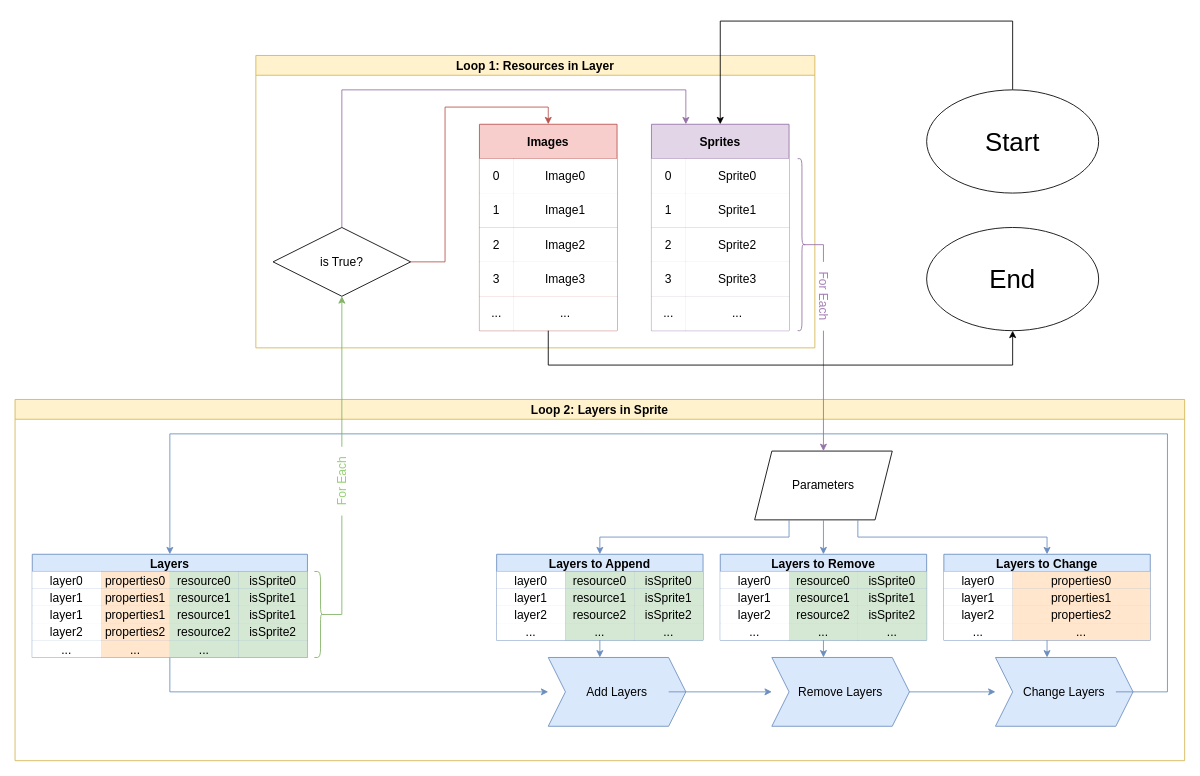
Earlier version of the draw.io diagram ResourceLoading.drawio (TheInfinityUser/PvZ2-Decoding). Source tidied: cells renumbered, new cells numbered last; positions are measured from the earlier drawing's top-left corner, leaving out a move shared by most shapes. Both pictures are drawn from the tidied source at 86%, with x=0, y=0 at pixel (15, 21).
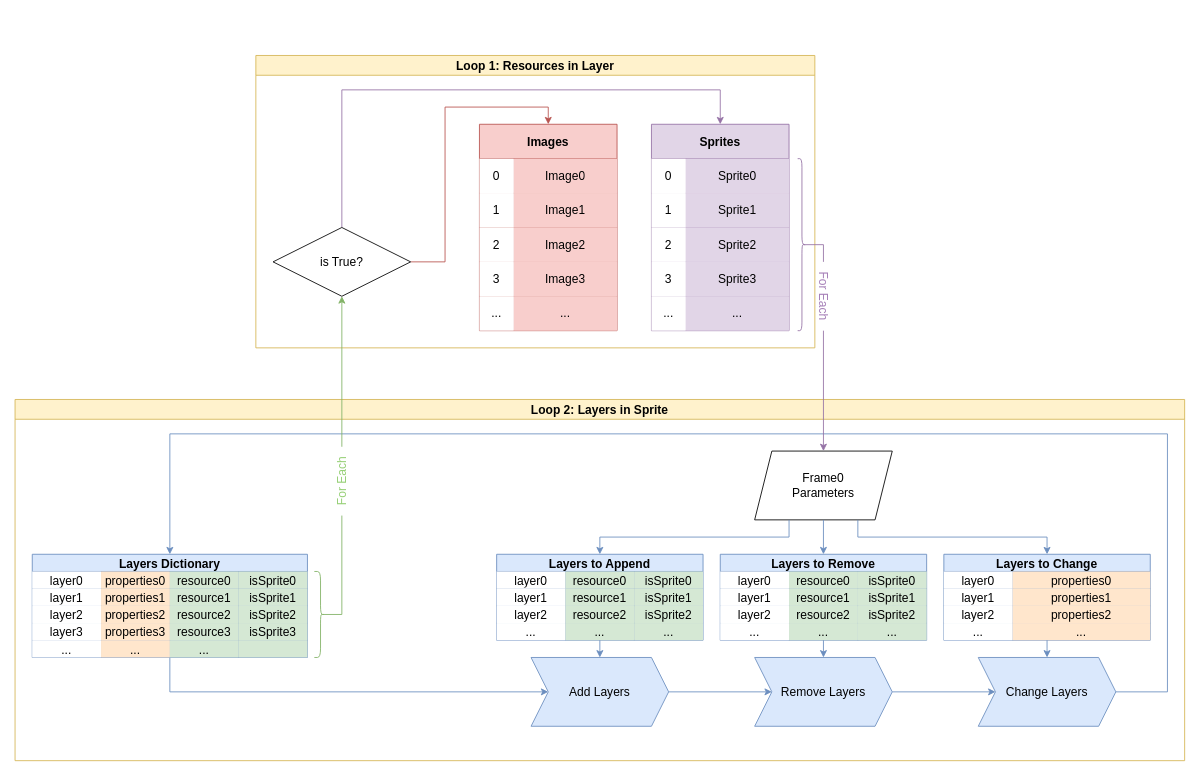
Above is the later version.

Unchanged cells that the change refers to:
```xml
<mxCell id="2" value="Loop 2: Layers in Sprite" style="swimlane;whiteSpace=wrap;html=1;labelBackgroundColor=none;fontSize=14;fillColor=#fff2cc;strokeColor=#d6b656;" parent="1" vertex="1">
  <mxGeometry y="440" width="1360" height="420" as="geometry" />
</mxCell>
<mxCell id="3" value="Layers to Append" style="shape=table;startSize=20;childLayout=tableLayout;strokeColor=#6c8ebf;fontSize=14;fillColor=#dae8fc;fontStyle=1;" parent="2" vertex="1">
  <mxGeometry x="560" y="180" width="240" height="100" as="geometry" />
</mxCell>
<mxCell id="20" value="Layers to Remove" style="shape=table;startSize=20;childLayout=tableLayout;strokeColor=#6c8ebf;fontSize=14;fillColor=#dae8fc;fontStyle=1;" parent="2" vertex="1">
  <mxGeometry x="820" y="180" width="240" height="100" as="geometry" />
</mxCell>
<mxCell id="37" value="Layers to Change" style="shape=table;startSize=20;childLayout=tableLayout;strokeColor=#6c8ebf;fontSize=14;fillColor=#dae8fc;fontStyle=1;" parent="2" vertex="1">
  <mxGeometry x="1080" y="180" width="240" height="100" as="geometry" />
</mxCell>
<mxCell id="70" style="shape=tableRow;horizontal=0;startSize=0;swimlaneHead=0;swimlaneBody=0;strokeColor=inherit;top=0;left=0;bottom=0;right=0;fillColor=none;fontSize=14;" parent="59" vertex="1">
  <mxGeometry y="60" width="320" height="20" as="geometry" />
</mxCell>
<mxCell id="75" style="shape=tableRow;horizontal=0;startSize=0;swimlaneHead=0;swimlaneBody=0;strokeColor=inherit;top=0;left=0;bottom=0;right=0;fillColor=none;fontSize=14;" parent="59" vertex="1">
  <mxGeometry y="80" width="320" height="20" as="geometry" />
</mxCell>
<mxCell id="93" value="Loop 1: Resources in Layer" style="swimlane;whiteSpace=wrap;html=1;labelBackgroundColor=none;fontSize=14;fillColor=#fff2cc;strokeColor=#d6b656;fillStyle=auto;rounded=0;shadow=0;swimlaneLine=1;glass=0;swimlaneFillColor=none;" parent="1" vertex="1">
  <mxGeometry x="280" y="40" width="650" height="340" as="geometry" />
</mxCell>
<mxCell id="94" value="Sprites" style="shape=table;startSize=40;childLayout=tableLayout;strokeColor=#9673a6;fontSize=14;labelBackgroundColor=none;fillColor=#e1d5e7;fontStyle=1;" parent="93" vertex="1">
  <mxGeometry x="460" y="80" width="160" height="240" as="geometry" />
</mxCell>
<mxCell id="95" style="shape=tableRow;horizontal=0;startSize=0;swimlaneHead=0;swimlaneBody=0;strokeColor=inherit;top=0;left=0;bottom=0;right=0;fillColor=none;fontSize=14;" parent="94" vertex="1">
  <mxGeometry y="40" width="160" height="40" as="geometry" />
</mxCell>
<mxCell id="98" style="shape=tableRow;horizontal=0;startSize=0;swimlaneHead=0;swimlaneBody=0;strokeColor=inherit;top=0;left=0;bottom=0;right=0;fillColor=none;fontSize=14;" parent="94" vertex="1">
  <mxGeometry y="80" width="160" height="40" as="geometry" />
</mxCell>
<mxCell id="101" style="shape=tableRow;horizontal=0;startSize=0;swimlaneHead=0;swimlaneBody=0;strokeColor=inherit;top=0;left=0;bottom=0;right=0;fillColor=none;fontSize=14;" parent="94" vertex="1">
  <mxGeometry y="120" width="160" height="40" as="geometry" />
</mxCell>
<mxCell id="104" style="shape=tableRow;horizontal=0;startSize=0;swimlaneHead=0;swimlaneBody=0;strokeColor=inherit;top=0;left=0;bottom=0;right=0;fillColor=none;fontSize=14;" parent="94" vertex="1">
  <mxGeometry y="160" width="160" height="40" as="geometry" />
</mxCell>
<mxCell id="107" style="shape=tableRow;horizontal=0;startSize=0;swimlaneHead=0;swimlaneBody=0;strokeColor=inherit;top=0;left=0;bottom=0;right=0;fillColor=none;fontSize=14;" parent="94" vertex="1">
  <mxGeometry y="200" width="160" height="40" as="geometry" />
</mxCell>
<mxCell id="110" value="Images" style="shape=table;startSize=40;childLayout=tableLayout;strokeColor=#b85450;fontSize=14;labelBackgroundColor=none;fillColor=#f8cecc;fontStyle=1;" parent="93" vertex="1">
  <mxGeometry x="260" y="80" width="160" height="240" as="geometry" />
</mxCell>
<mxCell id="111" style="shape=tableRow;horizontal=0;startSize=0;swimlaneHead=0;swimlaneBody=0;strokeColor=inherit;top=0;left=0;bottom=0;right=0;fillColor=none;fontSize=14;" parent="110" vertex="1">
  <mxGeometry y="40" width="160" height="40" as="geometry" />
</mxCell>
<mxCell id="114" style="shape=tableRow;horizontal=0;startSize=0;swimlaneHead=0;swimlaneBody=0;strokeColor=inherit;top=0;left=0;bottom=0;right=0;fillColor=none;fontSize=14;" parent="110" vertex="1">
  <mxGeometry y="80" width="160" height="40" as="geometry" />
</mxCell>
<mxCell id="117" style="shape=tableRow;horizontal=0;startSize=0;swimlaneHead=0;swimlaneBody=0;strokeColor=inherit;top=0;left=0;bottom=0;right=0;fillColor=none;fontSize=14;" parent="110" vertex="1">
  <mxGeometry y="120" width="160" height="40" as="geometry" />
</mxCell>
<mxCell id="120" style="shape=tableRow;horizontal=0;startSize=0;swimlaneHead=0;swimlaneBody=0;strokeColor=inherit;top=0;left=0;bottom=0;right=0;fillColor=none;fontSize=14;" parent="110" vertex="1">
  <mxGeometry y="160" width="160" height="40" as="geometry" />
</mxCell>
<mxCell id="123" style="shape=tableRow;horizontal=0;startSize=0;swimlaneHead=0;swimlaneBody=0;strokeColor=inherit;top=0;left=0;bottom=0;right=0;fillColor=none;fontSize=14;" parent="110" vertex="1">
  <mxGeometry y="200" width="160" height="40" as="geometry" />
</mxCell>
<mxCell id="128" value="is True?" style="rhombus;whiteSpace=wrap;html=1;labelBackgroundColor=none;fontSize=14;" parent="93" vertex="1">
  <mxGeometry x="20" y="200" width="160" height="80" as="geometry" />
</mxCell>
```

Change to the diagram source:
```diff
@@
+    <mxCell id="138" style="edgeStyle=orthogonalEdgeStyle;rounded=0;jettySize=auto;html=1;exitX=1;exitY=0.5;exitDx=0;exitDy=0;fontSize=30;fontColor=#1A1A1A;endArrow=classic;endFill=1;fillColor=#dae8fc;strokeColor=#6c8ebf;" parent="2" edge="1" source="50" target="53">
+      <mxGeometry relative="1" as="geometry" />
+    </mxCell>
     <mxCell id="50" value="Add Layers" style="shape=step;perimeter=stepPerimeter;whiteSpace=wrap;html=1;fixedSize=1;labelBackgroundColor=none;fontSize=14;fillColor=#dae8fc;strokeColor=#6c8ebf;" parent="2" vertex="1">
-      <mxGeometry x="620" y="300" width="160" height="80" as="geometry" />
+      <mxGeometry x="600" y="300" width="160" height="80" as="geometry" />
     </mxCell>
-    <mxCell id="51" style="edgeStyle=orthogonalEdgeStyle;rounded=0;jettySize=auto;html=1;exitX=0.5;exitY=1;exitDx=0;exitDy=0;entryX=0.5;entryY=0;entryDx=0;entryDy=0;fontSize=14;fillColor=#dae8fc;strokeColor=#6c8ebf;" parent="2" edge="1" source="3">
-      <mxGeometry relative="1" as="geometry">
-        <mxPoint x="680" y="300" as="targetPoint" />
-      </mxGeometry>
+    <mxCell id="51" style="edgeStyle=orthogonalEdgeStyle;rounded=0;jettySize=auto;html=1;exitX=0.5;exitY=1;exitDx=0;exitDy=0;entryX=0.5;entryY=0;entryDx=0;entryDy=0;fontSize=14;fillColor=#dae8fc;strokeColor=#6c8ebf;" parent="2" edge="1" source="3" target="50">
+      <mxGeometry relative="1" as="geometry" />
     </mxCell>
-    <mxCell id="52" style="edgeStyle=orthogonalEdgeStyle;rounded=0;orthogonalLoop=1;jettySize=auto;html=1;exitX=1;exitY=0.5;exitDx=0;exitDy=0;fontSize=14;fillColor=#dae8fc;strokeColor=#6c8ebf;" parent="2" edge="1">
-      <mxGeometry relative="1" as="geometry">
-        <mxPoint x="1020" y="340" as="sourcePoint" />
-        <mxPoint x="1140" y="340" as="targetPoint" />
-      </mxGeometry>
-    </mxCell>
+    <mxCell id="139" style="edgeStyle=orthogonalEdgeStyle;rounded=0;jettySize=auto;html=1;exitX=1;exitY=0.5;exitDx=0;exitDy=0;entryX=0;entryY=0.5;entryDx=0;entryDy=0;fontSize=30;fontColor=#1A1A1A;endArrow=classic;endFill=1;fillColor=#dae8fc;strokeColor=#6c8ebf;" parent="2" edge="1" source="53" target="56">
+      <mxGeometry relative="1" as="geometry" />
+    </mxCell>
     <mxCell id="53" value="Remove Layers" style="shape=step;perimeter=stepPerimeter;whiteSpace=wrap;html=1;fixedSize=1;labelBackgroundColor=none;fontSize=14;fillColor=#dae8fc;strokeColor=#6c8ebf;" parent="2" vertex="1">
-      <mxGeometry x="880" y="300" width="160" height="80" as="geometry" />
+      <mxGeometry x="860" y="300" width="160" height="80" as="geometry" />
     </mxCell>
-    <mxCell id="54" style="edgeStyle=orthogonalEdgeStyle;rounded=0;jettySize=auto;html=1;exitX=0.5;exitY=1;exitDx=0;exitDy=0;entryX=0.5;entryY=0;entryDx=0;entryDy=0;fontSize=14;fillColor=#dae8fc;strokeColor=#6c8ebf;" parent="2" edge="1" source="20">
-      <mxGeometry relative="1" as="geometry">
-        <mxPoint x="940" y="300" as="targetPoint" />
-      </mxGeometry>
+    <mxCell id="54" style="edgeStyle=orthogonalEdgeStyle;rounded=0;jettySize=auto;html=1;exitX=0.5;exitY=1;exitDx=0;exitDy=0;entryX=0.5;entryY=0;entryDx=0;entryDy=0;fontSize=14;fillColor=#dae8fc;strokeColor=#6c8ebf;" parent="2" edge="1" source="20" target="53">
+      <mxGeometry relative="1" as="geometry" />
     </mxCell>
-    <mxCell id="55" style="edgeStyle=orthogonalEdgeStyle;rounded=0;orthogonalLoop=1;jettySize=auto;html=1;exitX=1;exitY=0.5;exitDx=0;exitDy=0;fontSize=14;fillColor=#dae8fc;strokeColor=#6c8ebf;" parent="2" edge="1">
-      <mxGeometry relative="1" as="geometry">
-        <mxPoint x="760" y="340" as="sourcePoint" />
-        <mxPoint x="880" y="340" as="targetPoint" />
-      </mxGeometry>
-    </mxCell>
     <mxCell id="56" value="Change Layers" style="shape=step;perimeter=stepPerimeter;whiteSpace=wrap;html=1;fixedSize=1;labelBackgroundColor=none;fontSize=14;fillColor=#dae8fc;strokeColor=#6c8ebf;" parent="2" vertex="1">
-      <mxGeometry x="1140" y="300" width="160" height="80" as="geometry" />
+      <mxGeometry x="1120" y="300" width="160" height="80" as="geometry" />
     </mxCell>
-    <mxCell id="57" style="edgeStyle=orthogonalEdgeStyle;rounded=0;jettySize=auto;html=1;exitX=0.5;exitY=1;exitDx=0;exitDy=0;entryX=0.5;entryY=0;entryDx=0;entryDy=0;fontSize=14;fillColor=#dae8fc;strokeColor=#6c8ebf;" parent="2" edge="1" source="37">
+    <mxCell id="57" style="edgeStyle=orthogonalEdgeStyle;rounded=0;jettySize=auto;html=1;exitX=0.5;exitY=1;exitDx=0;exitDy=0;entryX=0.5;entryY=0;entryDx=0;entryDy=0;fontSize=14;fillColor=#dae8fc;strokeColor=#6c8ebf;" parent="2" edge="1" source="37" target="56">
       <mxGeometry relative="1" as="geometry">
-        <mxPoint x="1200" y="300" as="targetPoint" />
+        <Array as="points">
+          <mxPoint x="1200" y="290" />
+          <mxPoint x="1200" y="290" />
+        </Array>
       </mxGeometry>
     </mxCell>
-    <mxCell id="58" style="edgeStyle=orthogonalEdgeStyle;rounded=0;jettySize=auto;html=1;exitX=0.5;exitY=1;exitDx=0;exitDy=0;entryX=0;entryY=0.5;entryDx=0;entryDy=0;fontSize=14;fillColor=#dae8fc;strokeColor=#6c8ebf;" parent="2" edge="1" source="59">
+    <mxCell id="58" style="edgeStyle=orthogonalEdgeStyle;rounded=0;jettySize=auto;html=1;exitX=0.5;exitY=1;exitDx=0;exitDy=0;entryX=0;entryY=0.5;entryDx=0;entryDy=0;fontSize=14;fillColor=#dae8fc;strokeColor=#6c8ebf;" parent="2" edge="1" source="59" target="50">
       <mxGeometry relative="1" as="geometry">
-        <mxPoint x="620" y="340" as="targetPoint" />
         <Array as="points">
           <mxPoint x="180" y="340" />
         </Array>
       </mxGeometry>
     </mxCell>
-    <mxCell id="59" value="Layers" style="shape=table;startSize=20;childLayout=tableLayout;strokeColor=#6c8ebf;fontSize=14;fillColor=#dae8fc;fontStyle=1;" parent="2" vertex="1">
+    <mxCell id="59" value="Layers Dictionary" style="shape=table;startSize=20;childLayout=tableLayout;strokeColor=#6c8ebf;fontSize=14;fillColor=#dae8fc;fontStyle=1;" parent="2" vertex="1">
       <mxGeometry x="20" y="180" width="320" height="120" as="geometry" />
     </mxCell>
@@
-    <mxCell id="71" value="layer1" style="shape=partialRectangle;html=1;whiteSpace=wrap;overflow=hidden;top=0;left=0;bottom=0;right=0;fontSize=14;" parent="70" vertex="1">
+    <mxCell id="71" value="layer2" style="shape=partialRectangle;html=1;whiteSpace=wrap;overflow=hidden;top=0;left=0;bottom=0;right=0;fontSize=14;" parent="70" vertex="1">
       <mxGeometry width="80" height="20" as="geometry" />
     </mxCell>
-    <mxCell id="72" value="properties1" style="shape=partialRectangle;html=1;whiteSpace=wrap;strokeColor=#d79b00;overflow=hidden;fillColor=#ffe6cc;top=0;left=0;bottom=0;right=0;fontSize=14;" parent="70" vertex="1">
+    <mxCell id="72" value="properties2" style="shape=partialRectangle;html=1;whiteSpace=wrap;strokeColor=#d79b00;overflow=hidden;fillColor=#ffe6cc;top=0;left=0;bottom=0;right=0;fontSize=14;" parent="70" vertex="1">
       <mxGeometry x="80" width="80" height="20" as="geometry" />
     </mxCell>
-    <mxCell id="73" value="resource1" style="shape=partialRectangle;html=1;whiteSpace=wrap;strokeColor=#82b366;overflow=hidden;fillColor=#d5e8d4;top=0;left=0;bottom=0;right=0;fontSize=14;" parent="70" vertex="1">
+    <mxCell id="73" value="resource2" style="shape=partialRectangle;html=1;whiteSpace=wrap;strokeColor=#82b366;overflow=hidden;fillColor=#d5e8d4;top=0;left=0;bottom=0;right=0;fontSize=14;" parent="70" vertex="1">
       <mxGeometry x="160" width="80" height="20" as="geometry" />
     </mxCell>
-    <mxCell id="74" value="isSprite1" style="shape=partialRectangle;html=1;whiteSpace=wrap;strokeColor=#82b366;overflow=hidden;fillColor=#d5e8d4;top=0;left=0;bottom=0;right=0;fontSize=14;" parent="70" vertex="1">
+    <mxCell id="74" value="isSprite2" style="shape=partialRectangle;html=1;whiteSpace=wrap;strokeColor=#82b366;overflow=hidden;fillColor=#d5e8d4;top=0;left=0;bottom=0;right=0;fontSize=14;" parent="70" vertex="1">
       <mxGeometry x="240" width="80" height="20" as="geometry" />
     </mxCell>
@@
-    <mxCell id="76" value="layer2" style="shape=partialRectangle;html=1;whiteSpace=wrap;overflow=hidden;top=0;left=0;bottom=0;right=0;fontSize=14;" parent="75" vertex="1">
+    <mxCell id="76" value="layer3" style="shape=partialRectangle;html=1;whiteSpace=wrap;overflow=hidden;top=0;left=0;bottom=0;right=0;fontSize=14;" parent="75" vertex="1">
       <mxGeometry width="80" height="20" as="geometry" />
     </mxCell>
-    <mxCell id="77" value="properties2" style="shape=partialRectangle;html=1;whiteSpace=wrap;strokeColor=#d79b00;overflow=hidden;fillColor=#ffe6cc;top=0;left=0;bottom=0;right=0;fontSize=14;" parent="75" vertex="1">
+    <mxCell id="77" value="properties3" style="shape=partialRectangle;html=1;whiteSpace=wrap;strokeColor=#d79b00;overflow=hidden;fillColor=#ffe6cc;top=0;left=0;bottom=0;right=0;fontSize=14;" parent="75" vertex="1">
       <mxGeometry x="80" width="80" height="20" as="geometry" />
     </mxCell>
-    <mxCell id="78" value="resource2" style="shape=partialRectangle;html=1;whiteSpace=wrap;strokeColor=#82b366;overflow=hidden;fillColor=#d5e8d4;top=0;left=0;bottom=0;right=0;fontSize=14;" parent="75" vertex="1">
+    <mxCell id="78" value="resource3" style="shape=partialRectangle;html=1;whiteSpace=wrap;strokeColor=#82b366;overflow=hidden;fillColor=#d5e8d4;top=0;left=0;bottom=0;right=0;fontSize=14;" parent="75" vertex="1">
       <mxGeometry x="160" width="80" height="20" as="geometry" />
     </mxCell>
-    <mxCell id="79" value="isSprite2" style="shape=partialRectangle;html=1;whiteSpace=wrap;strokeColor=#82b366;overflow=hidden;fillColor=#d5e8d4;top=0;left=0;bottom=0;right=0;fontSize=14;" parent="75" vertex="1">
+    <mxCell id="79" value="isSprite3" style="shape=partialRectangle;html=1;whiteSpace=wrap;strokeColor=#82b366;overflow=hidden;fillColor=#d5e8d4;top=0;left=0;bottom=0;right=0;fontSize=14;" parent="75" vertex="1">
       <mxGeometry x="240" width="80" height="20" as="geometry" />
     </mxCell>
@@
-    <mxCell id="85" value="Parameters" style="shape=parallelogram;perimeter=parallelogramPerimeter;whiteSpace=wrap;html=1;fixedSize=1;rounded=0;shadow=0;glass=0;labelBackgroundColor=none;sketch=0;fillStyle=auto;fontSize=14;" parent="2" vertex="1">
+    <mxCell id="85" value="Frame0&lt;br&gt;Parameters" style="shape=parallelogram;perimeter=parallelogramPerimeter;whiteSpace=wrap;html=1;fixedSize=1;rounded=0;shadow=0;glass=0;labelBackgroundColor=none;sketch=0;fillStyle=auto;fontSize=14;" parent="2" vertex="1">
       <mxGeometry x="860" y="60" width="160" height="80" as="geometry" />
     </mxCell>
@@
-    <mxCell id="91" style="edgeStyle=orthogonalEdgeStyle;rounded=0;jettySize=auto;html=1;exitX=1;exitY=0.5;exitDx=0;exitDy=0;entryX=0.5;entryY=0;entryDx=0;entryDy=0;fontSize=14;fontColor=#1A1A1A;endArrow=classic;endFill=1;fillColor=#dae8fc;strokeColor=#6c8ebf;" parent="2" edge="1" target="59">
+    <mxCell id="91" style="edgeStyle=orthogonalEdgeStyle;rounded=0;jettySize=auto;html=1;exitX=1;exitY=0.5;exitDx=0;exitDy=0;entryX=0.5;entryY=0;entryDx=0;entryDy=0;fontSize=14;fontColor=#1A1A1A;endArrow=classic;endFill=1;fillColor=#dae8fc;strokeColor=#6c8ebf;" parent="2" edge="1" source="56" target="59">
       <mxGeometry relative="1" as="geometry">
-        <mxPoint x="1280" y="340" as="sourcePoint" />
         <Array as="points">
           <mxPoint x="1340" y="340" />
           <mxPoint x="1340" y="40" />
           <mxPoint x="180" y="40" />
         </Array>
       </mxGeometry>
     </mxCell>
@@
-    <mxCell id="97" value="Sprite0" style="shape=partialRectangle;html=1;whiteSpace=wrap;overflow=hidden;top=0;left=0;bottom=0;right=0;fontSize=14;" parent="95" vertex="1">
+    <mxCell id="97" value="Sprite0" style="shape=partialRectangle;html=1;whiteSpace=wrap;overflow=hidden;top=0;left=0;bottom=0;right=0;fontSize=14;fillColor=#e1d5e7;strokeColor=#9673a6;" parent="95" vertex="1">
       <mxGeometry x="40" width="120" height="40" as="geometry" />
     </mxCell>
@@
-    <mxCell id="100" value="Sprite1" style="shape=partialRectangle;html=1;whiteSpace=wrap;overflow=hidden;top=0;left=0;bottom=0;right=0;fontSize=14;" parent="98" vertex="1">
+    <mxCell id="100" value="Sprite1" style="shape=partialRectangle;html=1;whiteSpace=wrap;overflow=hidden;top=0;left=0;bottom=0;right=0;fontSize=14;fillColor=#e1d5e7;strokeColor=#9673a6;" parent="98" vertex="1">
       <mxGeometry x="40" width="120" height="40" as="geometry" />
     </mxCell>
@@
-    <mxCell id="103" value="Sprite2" style="shape=partialRectangle;html=1;whiteSpace=wrap;overflow=hidden;top=0;left=0;bottom=0;right=0;fontSize=14;" parent="101" vertex="1">
+    <mxCell id="103" value="Sprite2" style="shape=partialRectangle;html=1;whiteSpace=wrap;overflow=hidden;top=0;left=0;bottom=0;right=0;fontSize=14;fillColor=#e1d5e7;strokeColor=#9673a6;" parent="101" vertex="1">
       <mxGeometry x="40" width="120" height="40" as="geometry" />
     </mxCell>
@@
-    <mxCell id="106" value="Sprite3" style="shape=partialRectangle;html=1;whiteSpace=wrap;overflow=hidden;top=0;left=0;bottom=0;right=0;fontSize=14;" parent="104" vertex="1">
+    <mxCell id="106" value="Sprite3" style="shape=partialRectangle;html=1;whiteSpace=wrap;overflow=hidden;top=0;left=0;bottom=0;right=0;fontSize=14;fillColor=#e1d5e7;strokeColor=#9673a6;" parent="104" vertex="1">
       <mxGeometry x="40" width="120" height="40" as="geometry" />
     </mxCell>
@@
-    <mxCell id="109" value="..." style="shape=partialRectangle;html=1;whiteSpace=wrap;overflow=hidden;top=0;left=0;bottom=0;right=0;fontSize=14;" parent="107" vertex="1">
+    <mxCell id="109" value="..." style="shape=partialRectangle;html=1;whiteSpace=wrap;overflow=hidden;top=0;left=0;bottom=0;right=0;fontSize=14;fillColor=#e1d5e7;strokeColor=#9673a6;" parent="107" vertex="1">
       <mxGeometry x="40" width="120" height="40" as="geometry" />
     </mxCell>
@@
-    <mxCell id="113" value="Image0" style="shape=partialRectangle;html=1;whiteSpace=wrap;overflow=hidden;top=0;left=0;bottom=0;right=0;fontSize=14;" parent="111" vertex="1">
+    <mxCell id="113" value="Image0" style="shape=partialRectangle;html=1;whiteSpace=wrap;overflow=hidden;top=0;left=0;bottom=0;right=0;fontSize=14;fillColor=#f8cecc;strokeColor=#b85450;" parent="111" vertex="1">
       <mxGeometry x="40" width="120" height="40" as="geometry" />
     </mxCell>
@@
-    <mxCell id="116" value="Image1" style="shape=partialRectangle;html=1;whiteSpace=wrap;overflow=hidden;top=0;left=0;bottom=0;right=0;fontSize=14;" parent="114" vertex="1">
+    <mxCell id="116" value="Image1" style="shape=partialRectangle;html=1;whiteSpace=wrap;overflow=hidden;top=0;left=0;bottom=0;right=0;fontSize=14;fillColor=#f8cecc;strokeColor=#b85450;" parent="114" vertex="1">
       <mxGeometry x="40" width="120" height="40" as="geometry" />
     </mxCell>
@@
-    <mxCell id="119" value="Image2" style="shape=partialRectangle;html=1;whiteSpace=wrap;overflow=hidden;top=0;left=0;bottom=0;right=0;fontSize=14;" parent="117" vertex="1">
+    <mxCell id="119" value="Image2" style="shape=partialRectangle;html=1;whiteSpace=wrap;overflow=hidden;top=0;left=0;bottom=0;right=0;fontSize=14;fillColor=#f8cecc;strokeColor=#b85450;" parent="117" vertex="1">
       <mxGeometry x="40" width="120" height="40" as="geometry" />
     </mxCell>
@@
-    <mxCell id="122" value="Image3" style="shape=partialRectangle;html=1;whiteSpace=wrap;overflow=hidden;top=0;left=0;bottom=0;right=0;fontSize=14;" parent="120" vertex="1">
+    <mxCell id="122" value="Image3" style="shape=partialRectangle;html=1;whiteSpace=wrap;overflow=hidden;top=0;left=0;bottom=0;right=0;fontSize=14;fillColor=#f8cecc;strokeColor=#b85450;" parent="120" vertex="1">
       <mxGeometry x="40" width="120" height="40" as="geometry" />
     </mxCell>
@@
-    <mxCell id="125" value="..." style="shape=partialRectangle;html=1;whiteSpace=wrap;overflow=hidden;top=0;left=0;bottom=0;right=0;fontSize=14;" parent="123" vertex="1">
+    <mxCell id="125" value="..." style="shape=partialRectangle;html=1;whiteSpace=wrap;overflow=hidden;top=0;left=0;bottom=0;right=0;fontSize=14;fillColor=#f8cecc;strokeColor=#b85450;" parent="123" vertex="1">
       <mxGeometry x="40" width="120" height="40" as="geometry" />
     </mxCell>
-    <mxCell id="126" style="edgeStyle=orthogonalEdgeStyle;rounded=0;jettySize=auto;html=1;exitX=0.5;exitY=0;exitDx=0;exitDy=0;entryX=0.25;entryY=0;entryDx=0;entryDy=0;fontSize=14;fillColor=#e1d5e7;strokeColor=#9673a6;" parent="93" edge="1" source="128" target="94">
+    <mxCell id="126" style="edgeStyle=orthogonalEdgeStyle;rounded=0;jettySize=auto;html=1;exitX=0.5;exitY=0;exitDx=0;exitDy=0;entryX=0.5;entryY=0;entryDx=0;entryDy=0;fontSize=14;fillColor=#e1d5e7;strokeColor=#9673a6;" parent="93" edge="1" source="128" target="94">
       <mxGeometry relative="1" as="geometry">
         <Array as="points">
           <mxPoint x="100" y="40" />
-          <mxPoint x="500" y="40" />
+          <mxPoint x="540" y="40" />
         </Array>
       </mxGeometry>
     </mxCell>
@@
-    <mxCell id="134" value="End" style="ellipse;whiteSpace=wrap;html=1;fontSize=30;" parent="1" vertex="1">
-      <mxGeometry x="1060" y="240" width="200" height="120" as="geometry" />
-    </mxCell>
-    <mxCell id="135" style="edgeStyle=orthogonalEdgeStyle;rounded=0;jettySize=auto;html=1;exitX=0.5;exitY=1;exitDx=0;exitDy=0;entryX=0.5;entryY=1;entryDx=0;entryDy=0;fontSize=14;fontColor=#1A1A1A;endArrow=classic;endFill=1;" parent="1" edge="1" source="110" target="134">
-      <mxGeometry relative="1" as="geometry">
-        <Array as="points">
-          <mxPoint x="620" y="400" />
-          <mxPoint x="1160" y="400" />
-        </Array>
-      </mxGeometry>
-    </mxCell>
-    <mxCell id="136" style="edgeStyle=orthogonalEdgeStyle;rounded=0;jettySize=auto;html=1;exitX=0.5;exitY=0;exitDx=0;exitDy=0;entryX=0.5;entryY=0;entryDx=0;entryDy=0;fontSize=30;fontColor=#1A1A1A;endArrow=classic;endFill=1;" parent="1" edge="1" source="137" target="94">
-      <mxGeometry relative="1" as="geometry">
-        <Array as="points">
-          <mxPoint x="1160" />
-          <mxPoint x="820" />
-        </Array>
-      </mxGeometry>
-    </mxCell>
-    <mxCell id="137" value="Start" style="ellipse;whiteSpace=wrap;html=1;fontSize=30;" parent="1" vertex="1">
-      <mxGeometry x="1060" y="80" width="200" height="120" as="geometry" />
-    </mxCell>
```
